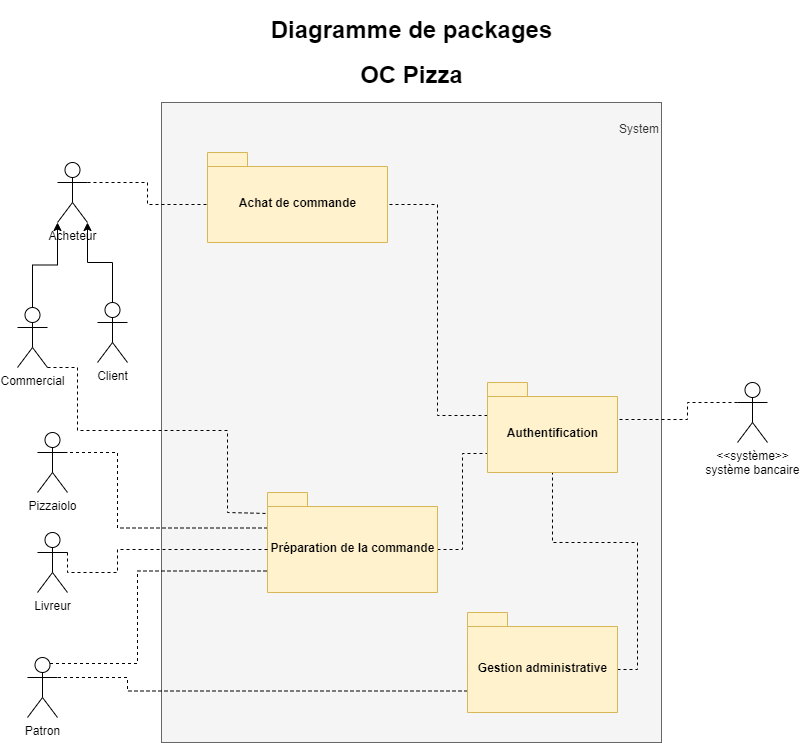
The draw.io diagram Spécifications fonctionnelles/Diagrammes/diagramme de packages.png in HBaraa/P4_OC-pizza, before a commit. Source tidied: cells renumbered, new cells last; positions are measured from the earlier drawing's top-left corner, leaving out a move shared by most shapes.
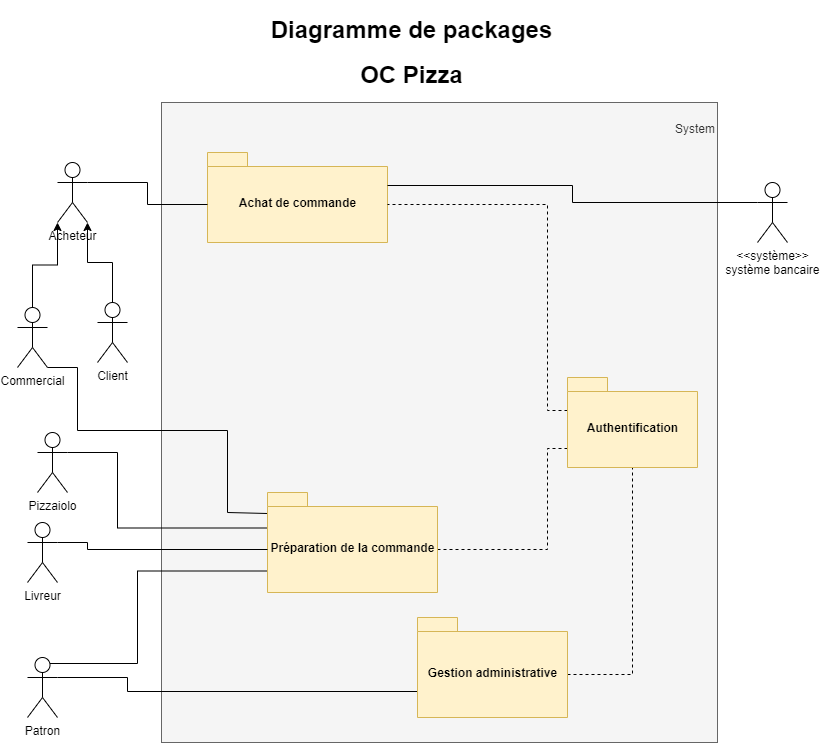
After the commit.

Diff of the diagram source:
```diff
@@ -3,12 +3,12 @@
     <mxCell id="0" />
     <mxCell id="1" parent="0" />
     <mxCell id="2" value="&lt;div&gt;System&lt;/div&gt;&lt;div&gt;&lt;br&gt;&lt;/div&gt;&lt;div&gt;&lt;br&gt;&lt;/div&gt;&lt;div&gt;&lt;br&gt;&lt;/div&gt;&lt;div&gt;&lt;br&gt;&lt;/div&gt;&lt;div&gt;&lt;br&gt;&lt;/div&gt;&lt;div&gt;&lt;br&gt;&lt;/div&gt;&lt;div&gt;&lt;br&gt;&lt;/div&gt;&lt;div&gt;&lt;br&gt;&lt;/div&gt;&lt;div&gt;&lt;br&gt;&lt;/div&gt;&lt;div&gt;&lt;br&gt;&lt;/div&gt;&lt;div&gt;&amp;nbsp; &amp;nbsp;&amp;nbsp;&lt;/div&gt;&lt;div&gt;&lt;br&gt;&lt;/div&gt;&lt;div&gt;&lt;br&gt;&lt;/div&gt;&lt;br&gt;&lt;br&gt;&lt;br&gt;&lt;br&gt;&lt;br&gt;&lt;br&gt;&lt;br&gt;&lt;br&gt;&lt;br&gt;&lt;br&gt;&lt;br&gt;&lt;br&gt;&lt;br&gt;&lt;br&gt;&lt;br&gt;&lt;br&gt;&lt;br&gt;&lt;br&gt;&lt;br&gt;&lt;br&gt;&lt;br&gt;&lt;br&gt;&lt;br&gt;&lt;br&gt;&lt;br&gt;&lt;br&gt;&lt;br&gt;&lt;br&gt;&lt;br&gt;" style="rounded=0;whiteSpace=wrap;html=1;align=right;fillColor=#f5f5f5;strokeColor=#666666;fontColor=#333333;" parent="1" vertex="1">
-      <mxGeometry x="144" y="90" width="500" height="640" as="geometry" />
+      <mxGeometry x="144" y="90" width="556" height="640" as="geometry" />
     </mxCell>
     <mxCell id="3" value="Achat de commande" style="shape=folder;fontStyle=1;spacingTop=10;tabWidth=40;tabHeight=14;tabPosition=left;html=1;fillColor=#fff2cc;strokeColor=#d6b656;" parent="1" vertex="1">
       <mxGeometry x="190" y="140" width="180" height="90" as="geometry" />
     </mxCell>
-    <mxCell id="4" style="edgeStyle=orthogonalEdgeStyle;rounded=0;jettySize=auto;html=1;exitX=0;exitY=0;exitDx=0;exitDy=78.5;exitPerimeter=0;entryX=1;entryY=0.3333333333333333;entryDx=0;entryDy=0;entryPerimeter=0;startArrow=none;startFill=0;endArrow=none;endFill=0;dashed=1;" parent="1" edge="1" source="6" target="13">
+    <mxCell id="4" style="edgeStyle=orthogonalEdgeStyle;rounded=0;jettySize=auto;html=1;exitX=0;exitY=0;exitDx=0;exitDy=78.5;exitPerimeter=0;entryX=1;entryY=0.3333333333333333;entryDx=0;entryDy=0;entryPerimeter=0;startArrow=none;startFill=0;endArrow=none;endFill=0;" parent="1" edge="1" source="6" target="13">
       <mxGeometry relative="1" as="geometry">
         <Array as="points">
           <mxPoint x="110" y="679" />
@@ -20,12 +20,12 @@
       <mxGeometry relative="1" as="geometry" />
     </mxCell>
     <mxCell id="6" value="Gestion administrative" style="shape=folder;fontStyle=1;spacingTop=10;tabWidth=40;tabHeight=14;tabPosition=left;html=1;fillColor=#fff2cc;strokeColor=#d6b656;" parent="1" vertex="1">
-      <mxGeometry x="450" y="600" width="150" height="100" as="geometry" />
+      <mxGeometry x="400" y="605" width="150" height="100" as="geometry" />
     </mxCell>
     <mxCell id="7" style="edgeStyle=orthogonalEdgeStyle;rounded=0;jettySize=auto;html=1;exitX=0.5;exitY=0;exitDx=0;exitDy=0;exitPerimeter=0;entryX=0;entryY=1;entryDx=0;entryDy=0;entryPerimeter=0;endArrow=classic;endFill=1;" parent="1" edge="1" source="9" target="26">
       <mxGeometry relative="1" as="geometry" />
     </mxCell>
-    <mxCell id="8" style="edgeStyle=orthogonalEdgeStyle;rounded=0;jettySize=auto;html=1;exitX=1;exitY=1;exitDx=0;exitDy=0;exitPerimeter=0;entryX=0;entryY=0.21;entryDx=0;entryDy=0;entryPerimeter=0;dashed=1;endArrow=none;endFill=0;" parent="1" edge="1" source="9" target="20">
+    <mxCell id="8" style="edgeStyle=orthogonalEdgeStyle;rounded=0;jettySize=auto;html=1;exitX=1;exitY=1;exitDx=0;exitDy=0;exitPerimeter=0;entryX=0;entryY=0.21;entryDx=0;entryDy=0;entryPerimeter=0;endArrow=none;endFill=0;" parent="1" edge="1" source="9" target="20">
       <mxGeometry relative="1" as="geometry">
         <Array as="points">
           <mxPoint x="60" y="355" />
@@ -44,7 +44,7 @@
     <mxCell id="11" value="Client" style="shape=umlActor;verticalLabelPosition=bottom;verticalAlign=top;html=1;" parent="1" vertex="1">
       <mxGeometry x="80" y="290" width="30" height="60" as="geometry" />
     </mxCell>
-    <mxCell id="12" style="edgeStyle=orthogonalEdgeStyle;rounded=0;jettySize=auto;html=1;exitX=0.75;exitY=0.1;exitDx=0;exitDy=0;exitPerimeter=0;entryX=0;entryY=0;entryDx=0;entryDy=78.5;entryPerimeter=0;endArrow=none;endFill=0;dashed=1;" parent="1" edge="1" source="13" target="20">
+    <mxCell id="12" style="edgeStyle=orthogonalEdgeStyle;rounded=0;jettySize=auto;html=1;exitX=0.75;exitY=0.1;exitDx=0;exitDy=0;exitPerimeter=0;entryX=0;entryY=0;entryDx=0;entryDy=78.5;entryPerimeter=0;endArrow=none;endFill=0;" parent="1" edge="1" source="13" target="20">
       <mxGeometry relative="1" as="geometry">
         <Array as="points">
           <mxPoint x="120" y="651" />
@@ -55,16 +55,11 @@
     <mxCell id="13" value="Patron" style="shape=umlActor;verticalLabelPosition=bottom;verticalAlign=top;html=1;" parent="1" vertex="1">
       <mxGeometry x="10" y="645" width="30" height="60" as="geometry" />
     </mxCell>
-    <mxCell id="14" style="edgeStyle=orthogonalEdgeStyle;rounded=0;jettySize=auto;html=1;exitX=0;exitY=0.3333333333333333;exitDx=0;exitDy=0;exitPerimeter=0;entryX=0;entryY=0;entryDx=130;entryDy=52;entryPerimeter=0;startArrow=none;startFill=0;endArrow=none;endFill=0;dashed=1;" parent="1" edge="1" source="15" target="22">
-      <mxGeometry relative="1" as="geometry">
-        <Array as="points">
-          <mxPoint x="670" y="390" />
-          <mxPoint x="670" y="407" />
-        </Array>
-      </mxGeometry>
-    </mxCell>
+    <mxCell id="27" style="edgeStyle=orthogonalEdgeStyle;rounded=0;jettySize=auto;html=1;exitX=0;exitY=0.3333333333333333;exitDx=0;exitDy=0;exitPerimeter=0;entryX=0;entryY=0;entryDx=180;entryDy=33;entryPerimeter=0;endArrow=none;endFill=0;" parent="1" edge="1" source="15" target="3">
+      <mxGeometry relative="1" as="geometry" />
+    </mxCell>
     <mxCell id="15" value="&amp;lt;&amp;lt;système&amp;gt;&amp;gt;&lt;br&gt;système bancaire" style="shape=umlActor;verticalLabelPosition=bottom;verticalAlign=top;html=1;" parent="1" vertex="1">
-      <mxGeometry x="720" y="370" width="30" height="60" as="geometry" />
+      <mxGeometry x="740" y="170" width="30" height="60" as="geometry" />
     </mxCell>
     <mxCell id="16" value="Pizzaiolo" style="shape=umlActor;verticalLabelPosition=bottom;verticalAlign=top;html=1;" parent="1" vertex="1">
       <mxGeometry x="20" y="420" width="30" height="60" as="geometry" />
@@ -72,7 +67,7 @@
     <mxCell id="17" value="&lt;h1&gt;Diagramme de packages&lt;/h1&gt;&lt;h1&gt;OC Pizza&lt;/h1&gt;" style="text;html=1;align=center;verticalAlign=middle;" parent="1" vertex="1">
       <mxGeometry x="244" width="300" height="80" as="geometry" />
     </mxCell>
-    <mxCell id="18" style="edgeStyle=orthogonalEdgeStyle;rounded=0;jettySize=auto;html=1;exitX=0;exitY=0;exitDx=0;exitDy=35.5;exitPerimeter=0;entryX=1;entryY=0.3333333333333333;entryDx=0;entryDy=0;entryPerimeter=0;startArrow=none;startFill=0;endArrow=none;endFill=0;dashed=1;" parent="1" edge="1" source="20" target="16">
+    <mxCell id="18" style="edgeStyle=orthogonalEdgeStyle;rounded=0;jettySize=auto;html=1;exitX=0;exitY=0;exitDx=0;exitDy=35.5;exitPerimeter=0;entryX=1;entryY=0.3333333333333333;entryDx=0;entryDy=0;entryPerimeter=0;startArrow=none;startFill=0;endArrow=none;endFill=0;" parent="1" edge="1" source="20" target="16">
       <mxGeometry relative="1" as="geometry">
         <Array as="points">
           <mxPoint x="100" y="516" />
@@ -81,30 +76,39 @@
       </mxGeometry>
     </mxCell>
     <mxCell id="19" style="edgeStyle=orthogonalEdgeStyle;rounded=0;jettySize=auto;html=1;exitX=0;exitY=0;exitDx=170;exitDy=57;exitPerimeter=0;entryX=0;entryY=0;entryDx=0;entryDy=71;entryPerimeter=0;dashed=1;endArrow=none;endFill=0;" parent="1" edge="1" source="20" target="22">
-      <mxGeometry relative="1" as="geometry" />
+      <mxGeometry relative="1" as="geometry">
+        <Array as="points">
+          <mxPoint x="530" y="537" />
+          <mxPoint x="530" y="436" />
+        </Array>
+      </mxGeometry>
     </mxCell>
     <mxCell id="20" value="Préparation de la commande" style="shape=folder;fontStyle=1;spacingTop=10;tabWidth=40;tabHeight=14;tabPosition=left;html=1;fillColor=#fff2cc;strokeColor=#d6b656;" parent="1" vertex="1">
       <mxGeometry x="250" y="480" width="170" height="100" as="geometry" />
     </mxCell>
     <mxCell id="21" style="edgeStyle=orthogonalEdgeStyle;rounded=0;jettySize=auto;html=1;exitX=0;exitY=0;exitDx=0;exitDy=33;exitPerimeter=0;startArrow=none;startFill=0;endArrow=none;endFill=0;dashed=1;entryX=0;entryY=0;entryDx=180;entryDy=52;entryPerimeter=0;" parent="1" edge="1" source="22" target="3">
-      <mxGeometry relative="1" as="geometry" />
+      <mxGeometry relative="1" as="geometry">
+        <Array as="points">
+          <mxPoint x="530" y="398" />
+          <mxPoint x="530" y="192" />
+        </Array>
+      </mxGeometry>
     </mxCell>
     <mxCell id="22" value="Authentification" style="shape=folder;fontStyle=1;spacingTop=10;tabWidth=40;tabHeight=14;tabPosition=left;html=1;fillColor=#fff2cc;strokeColor=#d6b656;" parent="1" vertex="1">
-      <mxGeometry x="470" y="370" width="130" height="90" as="geometry" />
+      <mxGeometry x="550" y="365" width="130" height="90" as="geometry" />
     </mxCell>
-    <mxCell id="23" style="edgeStyle=orthogonalEdgeStyle;rounded=0;jettySize=auto;html=1;exitX=1;exitY=0.3333333333333333;exitDx=0;exitDy=0;exitPerimeter=0;entryX=0;entryY=0;entryDx=0;entryDy=57;entryPerimeter=0;dashed=1;endArrow=none;endFill=0;" parent="1" edge="1" source="24" target="20">
+    <mxCell id="23" style="edgeStyle=orthogonalEdgeStyle;rounded=0;jettySize=auto;html=1;exitX=1;exitY=0.3333333333333333;exitDx=0;exitDy=0;exitPerimeter=0;entryX=0;entryY=0;entryDx=0;entryDy=57;entryPerimeter=0;endArrow=none;endFill=0;" parent="1" edge="1" source="24" target="20">
       <mxGeometry relative="1" as="geometry">
         <Array as="points">
-          <mxPoint x="50" y="560" />
-          <mxPoint x="100" y="560" />
-          <mxPoint x="100" y="537" />
+          <mxPoint x="70" y="530" />
+          <mxPoint x="70" y="537" />
         </Array>
       </mxGeometry>
     </mxCell>
     <mxCell id="24" value="Livreur" style="shape=umlActor;verticalLabelPosition=bottom;verticalAlign=top;html=1;" parent="1" vertex="1">
-      <mxGeometry x="20" y="520" width="30" height="60" as="geometry" />
+      <mxGeometry x="10" y="510" width="30" height="60" as="geometry" />
     </mxCell>
-    <mxCell id="25" style="edgeStyle=orthogonalEdgeStyle;rounded=0;jettySize=auto;html=1;exitX=1;exitY=0.3333333333333333;exitDx=0;exitDy=0;exitPerimeter=0;entryX=0;entryY=0;entryDx=0;entryDy=52;entryPerimeter=0;dashed=1;endArrow=none;endFill=0;" parent="1" edge="1" source="26" target="3">
+    <mxCell id="25" style="edgeStyle=orthogonalEdgeStyle;rounded=0;jettySize=auto;html=1;exitX=1;exitY=0.3333333333333333;exitDx=0;exitDy=0;exitPerimeter=0;entryX=0;entryY=0;entryDx=0;entryDy=52;entryPerimeter=0;endArrow=none;endFill=0;" parent="1" edge="1" source="26" target="3">
       <mxGeometry relative="1" as="geometry" />
     </mxCell>
     <mxCell id="26" value="Acheteur" style="shape=umlActor;verticalLabelPosition=bottom;verticalAlign=top;html=1;" parent="1" vertex="1">
```
